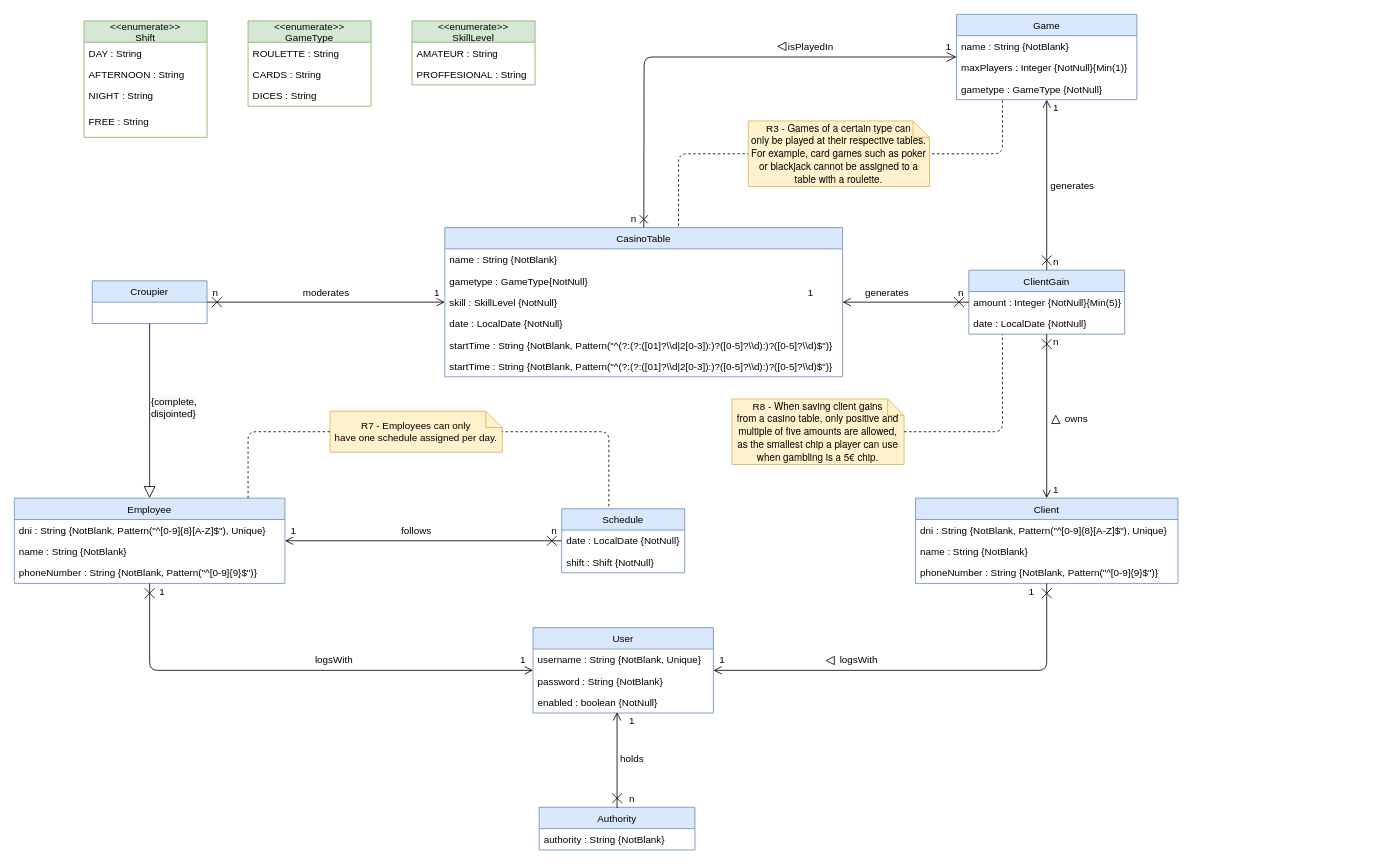
Before: page "V1-Casino" (1 of 3) of uml/Domain Model.drawio in gii-is-DP1/dp1-2020-g1-07, a draw.io diagram. Source tidied: cells renumbered, new cells numbered last; positions are measured from the earlier drawing's top-left corner, leaving out a move shared by most shapes. Both pictures are drawn from the tidied source at 82%, with x=0, y=0 at pixel (14, 14).
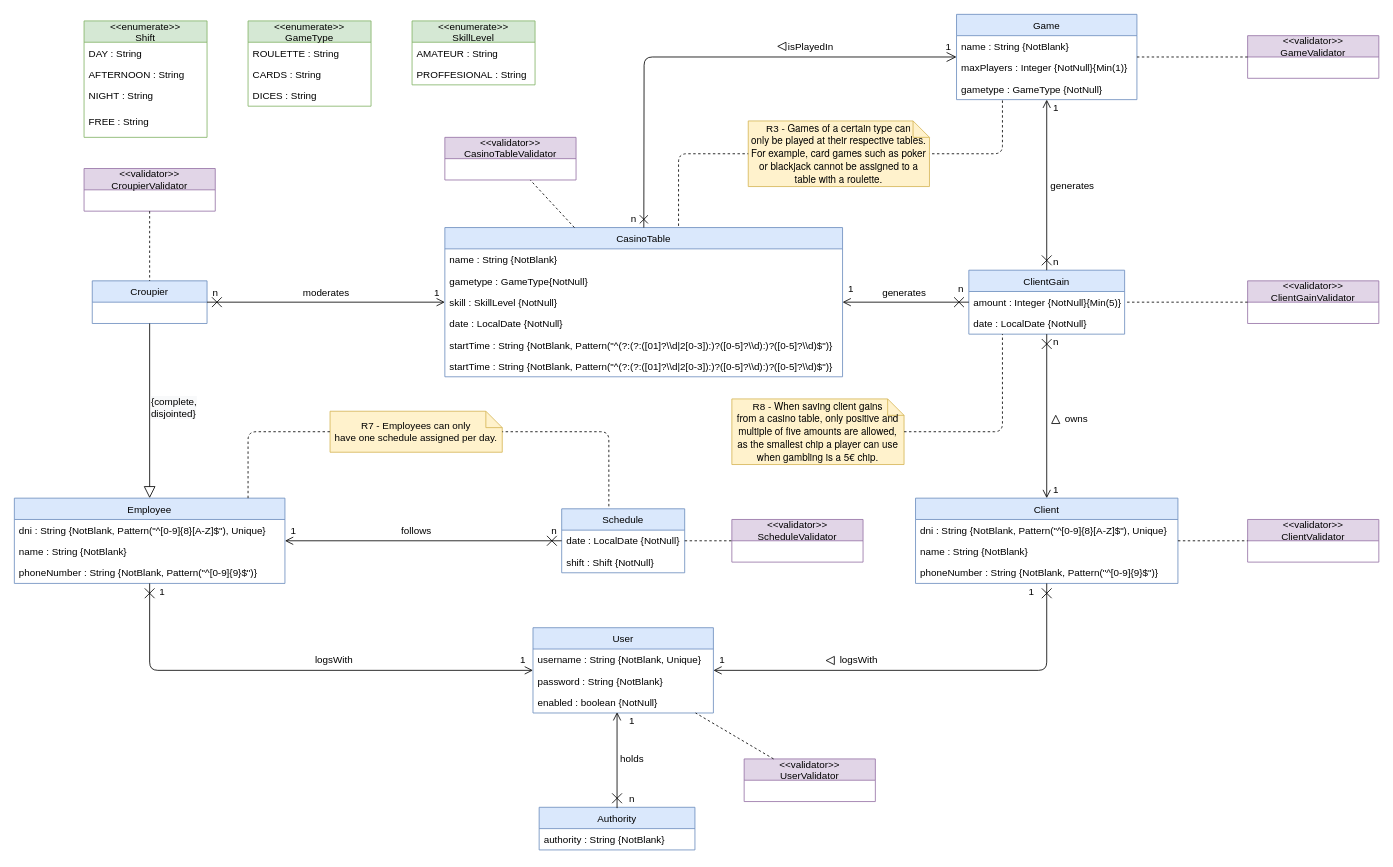
The same diagram, later.

Unchanged cells that the change refers to:
```xml
<mxCell id="6" value="Croupier" style="swimlane;fontStyle=0;horizontal=1;startSize=26;fillColor=#dae8fc;strokeColor=#6c8ebf;" parent="1" vertex="1">
  <mxGeometry x="95" y="325" width="140" height="52" as="geometry" />
</mxCell>
<mxCell id="7" value="Game" style="swimlane;fontStyle=0;horizontal=1;startSize=26;fillColor=#dae8fc;strokeColor=#6c8ebf;" parent="1" vertex="1">
  <mxGeometry x="1149" width="220" height="104" as="geometry" />
</mxCell>
<mxCell id="11" value="CasinoTable" style="swimlane;fontStyle=0;horizontal=1;startSize=26;fillColor=#dae8fc;strokeColor=#6c8ebf;" parent="1" vertex="1">
  <mxGeometry x="525" y="260" width="485" height="182" as="geometry" />
</mxCell>
<mxCell id="32" value="ClientGain" style="swimlane;fontStyle=0;horizontal=1;startSize=26;fillColor=#dae8fc;strokeColor=#6c8ebf;" parent="1" vertex="1">
  <mxGeometry x="1164" y="312" width="190" height="78" as="geometry" />
</mxCell>
<mxCell id="35" value="Client" style="swimlane;fontStyle=0;horizontal=1;startSize=26;fillColor=#dae8fc;strokeColor=#6c8ebf;" parent="1" vertex="1">
  <mxGeometry x="1099" y="590" width="320" height="104" as="geometry" />
</mxCell>
<mxCell id="51" value="Schedule" style="swimlane;fontStyle=0;horizontal=1;startSize=26;fillColor=#dae8fc;strokeColor=#6c8ebf;" parent="1" vertex="1">
  <mxGeometry x="667.5" y="603" width="150" height="78" as="geometry" />
</mxCell>
<mxCell id="79" value="User" style="swimlane;fontStyle=0;horizontal=1;startSize=26;fillColor=#dae8fc;strokeColor=#6c8ebf;" parent="1" vertex="1">
  <mxGeometry x="632.5" y="748" width="220" height="104" as="geometry" />
</mxCell>
```

The edit, as a diff of the source:
```diff
@@
     <mxCell id="30" value="1" style="text;html=1;align=center;verticalAlign=middle;" parent="1" vertex="1">
-      <mxGeometry x="961" y="330" width="20" height="20" as="geometry" />
+      <mxGeometry x="1010" y="325" width="20" height="20" as="geometry" />
     </mxCell>
@@
     <mxCell id="39" value="n" style="text;html=1;align=center;verticalAlign=middle;" parent="1" vertex="1">
-      <mxGeometry x="1144" y="330" width="20" height="20" as="geometry" />
+      <mxGeometry x="1144" y="325" width="20" height="20" as="geometry" />
     </mxCell>
@@
     <mxCell id="43" value="generates" style="text;html=1;align=center;verticalAlign=middle;" parent="1" vertex="1">
-      <mxGeometry x="1029" y="330" width="70" height="20" as="geometry" />
+      <mxGeometry x="1050" y="330" width="70" height="20" as="geometry" />
     </mxCell>
@@
+    <mxCell id="95" value="&lt;&lt;validator&gt;&gt;&#10;ClientValidator" style="swimlane;fontStyle=0;horizontal=1;startSize=26;strokeColor=#9673a6;fillColor=#e1d5e7;" parent="1" vertex="1">
+      <mxGeometry x="1504" y="616" width="160" height="52" as="geometry" />
+    </mxCell>
+    <mxCell id="96" value="&lt;&lt;validator&gt;&gt;&#10;GameValidator" style="swimlane;fontStyle=0;horizontal=1;startSize=26;strokeColor=#9673a6;fillColor=#e1d5e7;" parent="1" vertex="1">
+      <mxGeometry x="1504" y="26" width="160" height="52" as="geometry" />
+    </mxCell>
+    <mxCell id="97" value="&lt;&lt;validator&gt;&gt;&#10;ScheduleValidator" style="swimlane;fontStyle=0;horizontal=1;startSize=26;strokeColor=#9673a6;fillColor=#e1d5e7;" parent="1" vertex="1">
+      <mxGeometry x="875" y="616" width="160" height="52" as="geometry" />
+    </mxCell>
+    <mxCell id="98" value="&lt;&lt;validator&gt;&gt;&#10;ClientGainValidator" style="swimlane;fontStyle=0;horizontal=1;startSize=26;strokeColor=#9673a6;fillColor=#e1d5e7;" parent="1" vertex="1">
+      <mxGeometry x="1504" y="325" width="160" height="52" as="geometry" />
+    </mxCell>
+    <mxCell id="99" value="&lt;&lt;validator&gt;&gt;&#10;UserValidator" style="swimlane;fontStyle=0;horizontal=1;startSize=26;strokeColor=#9673a6;fillColor=#e1d5e7;" parent="1" vertex="1">
+      <mxGeometry x="890" y="908" width="160" height="52" as="geometry" />
+    </mxCell>
+    <mxCell id="100" value="&lt;&lt;validator&gt;&gt;&#10;CasinoTableValidator" style="swimlane;fontStyle=0;horizontal=1;startSize=26;strokeColor=#9673a6;fillColor=#e1d5e7;" parent="1" vertex="1">
+      <mxGeometry x="525" y="150" width="160" height="52" as="geometry" />
+    </mxCell>
+    <mxCell id="101" value="&lt;&lt;validator&gt;&gt;&#10;CroupierValidator" style="swimlane;fontStyle=0;horizontal=1;startSize=26;strokeColor=#9673a6;fillColor=#e1d5e7;" parent="1" vertex="1">
+      <mxGeometry x="85" y="188" width="160" height="52" as="geometry" />
+    </mxCell>
+    <mxCell id="102" style="endArrow=none;dashed=1;html=1;" parent="1" edge="1" source="101" target="6">
+      <mxGeometry relative="1" as="geometry" />
+    </mxCell>
+    <mxCell id="103" style="endArrow=none;dashed=1;html=1;" parent="1" edge="1" source="11" target="100">
+      <mxGeometry relative="1" as="geometry" />
+    </mxCell>
+    <mxCell id="104" style="endArrow=none;dashed=1;html=1;" parent="1" edge="1" source="51" target="97">
+      <mxGeometry relative="1" as="geometry" />
+    </mxCell>
+    <mxCell id="105" style="endArrow=none;dashed=1;html=1;" parent="1" edge="1" source="99" target="79">
+      <mxGeometry relative="1" as="geometry" />
+    </mxCell>
+    <mxCell id="106" style="endArrow=none;dashed=1;html=1;" parent="1" edge="1" source="35" target="95">
+      <mxGeometry relative="1" as="geometry" />
+    </mxCell>
+    <mxCell id="107" style="endArrow=none;dashed=1;html=1;" parent="1" edge="1" source="98" target="32">
+      <mxGeometry relative="1" as="geometry" />
+    </mxCell>
+    <mxCell id="108" style="endArrow=none;dashed=1;html=1;" parent="1" edge="1" source="96" target="7">
+      <mxGeometry relative="1" as="geometry" />
+    </mxCell>
```
